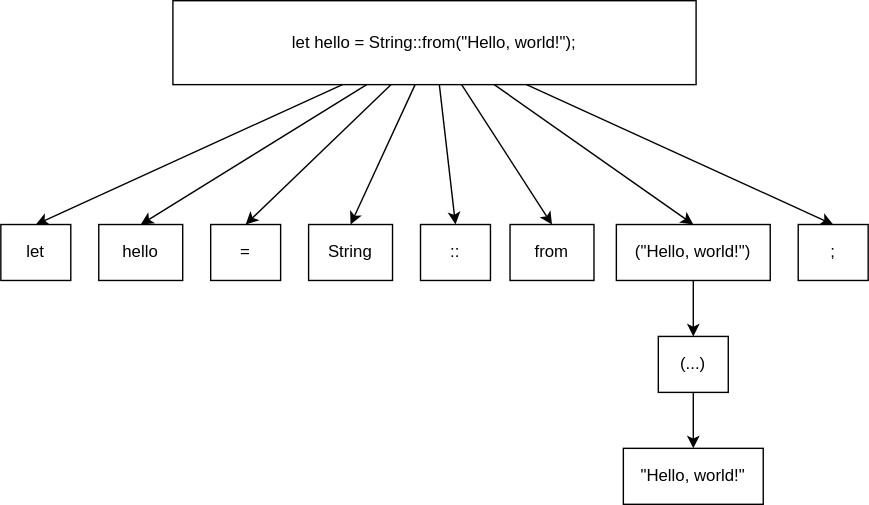
Fios-Quest/idiomatic-rust-in-simple-steps keeps this draw.io diagram as language-basics/macros/TokenTree.svg. Above is the earlier version. Source tidied: cells renumbered, new cells last; positions are measured from the earlier drawing's top-left corner, leaving out a move shared by most shapes. Source of this version:
```xml
<mxGraphModel>
  <root>
    <mxCell id="0" />
    <mxCell id="1" parent="0" />
    <mxCell id="2" style="edgeStyle=none;rounded=0;jettySize=auto;html=1;entryX=0.5;entryY=0;entryDx=0;entryDy=0;" parent="1" edge="1" source="10" target="11">
      <mxGeometry relative="1" as="geometry" />
    </mxCell>
    <mxCell id="3" style="edgeStyle=none;rounded=0;jettySize=auto;html=1;entryX=0.5;entryY=0;entryDx=0;entryDy=0;" parent="1" edge="1" source="10" target="12">
      <mxGeometry relative="1" as="geometry" />
    </mxCell>
    <mxCell id="4" style="edgeStyle=none;rounded=0;jettySize=auto;html=1;entryX=0.5;entryY=0;entryDx=0;entryDy=0;" parent="1" edge="1" source="10" target="13">
      <mxGeometry relative="1" as="geometry" />
    </mxCell>
    <mxCell id="5" style="edgeStyle=none;rounded=0;jettySize=auto;html=1;entryX=0.5;entryY=0;entryDx=0;entryDy=0;" parent="1" edge="1" source="10" target="14">
      <mxGeometry relative="1" as="geometry" />
    </mxCell>
    <mxCell id="6" style="edgeStyle=none;rounded=0;jettySize=auto;html=1;entryX=0.5;entryY=0;entryDx=0;entryDy=0;" parent="1" edge="1" source="10" target="15">
      <mxGeometry relative="1" as="geometry" />
    </mxCell>
    <mxCell id="7" style="edgeStyle=none;rounded=0;jettySize=auto;html=1;entryX=0.5;entryY=0;entryDx=0;entryDy=0;" parent="1" edge="1" source="10" target="16">
      <mxGeometry relative="1" as="geometry" />
    </mxCell>
    <mxCell id="8" style="edgeStyle=none;rounded=0;jettySize=auto;html=1;entryX=0.5;entryY=0;entryDx=0;entryDy=0;" parent="1" edge="1" source="10" target="18">
      <mxGeometry relative="1" as="geometry" />
    </mxCell>
    <mxCell id="9" style="edgeStyle=none;rounded=0;jettySize=auto;html=1;entryX=0.5;entryY=0;entryDx=0;entryDy=0;" parent="1" edge="1" source="10" target="19">
      <mxGeometry relative="1" as="geometry" />
    </mxCell>
    <mxCell id="10" value="let hello = String::from(&quot;Hello, world!&quot;);" style="rounded=0;whiteSpace=wrap;html=1;" parent="1" vertex="1">
      <mxGeometry x="123" width="374" height="60" as="geometry" />
    </mxCell>
    <mxCell id="11" value="let" style="rounded=0;whiteSpace=wrap;html=1;" parent="1" vertex="1">
      <mxGeometry y="160" width="50" height="40" as="geometry" />
    </mxCell>
    <mxCell id="12" value="hello" style="rounded=0;whiteSpace=wrap;html=1;" parent="1" vertex="1">
      <mxGeometry x="70" y="160" width="60" height="40" as="geometry" />
    </mxCell>
    <mxCell id="13" value="=" style="rounded=0;whiteSpace=wrap;html=1;" parent="1" vertex="1">
      <mxGeometry x="150" y="160" width="50" height="40" as="geometry" />
    </mxCell>
    <mxCell id="14" value="String" style="rounded=0;whiteSpace=wrap;html=1;" parent="1" vertex="1">
      <mxGeometry x="220" y="160" width="60" height="40" as="geometry" />
    </mxCell>
    <mxCell id="15" value="::" style="rounded=0;whiteSpace=wrap;html=1;" parent="1" vertex="1">
      <mxGeometry x="300" y="160" width="50" height="40" as="geometry" />
    </mxCell>
    <mxCell id="16" value="from" style="rounded=0;whiteSpace=wrap;html=1;" parent="1" vertex="1">
      <mxGeometry x="364" y="160" width="60" height="40" as="geometry" />
    </mxCell>
    <mxCell id="17" style="edgeStyle=none;rounded=0;jettySize=auto;html=1;entryX=0.5;entryY=0;entryDx=0;entryDy=0;" parent="1" edge="1" source="18" target="21">
      <mxGeometry relative="1" as="geometry" />
    </mxCell>
    <mxCell id="18" value="(&quot;Hello, world!&quot;)" style="rounded=0;whiteSpace=wrap;html=1;" parent="1" vertex="1">
      <mxGeometry x="440" y="160" width="110" height="40" as="geometry" />
    </mxCell>
    <mxCell id="19" value=";" style="rounded=0;whiteSpace=wrap;html=1;" parent="1" vertex="1">
      <mxGeometry x="570" y="160" width="50" height="40" as="geometry" />
    </mxCell>
    <mxCell id="20" style="edgeStyle=none;rounded=0;jettySize=auto;html=1;entryX=0.5;entryY=0;entryDx=0;entryDy=0;" parent="1" edge="1" source="21" target="22">
      <mxGeometry relative="1" as="geometry" />
    </mxCell>
    <mxCell id="21" value="(...)" style="rounded=0;whiteSpace=wrap;html=1;" parent="1" vertex="1">
      <mxGeometry x="470" y="240" width="50" height="40" as="geometry" />
    </mxCell>
    <mxCell id="22" value="&quot;Hello, world!&quot;" style="rounded=0;whiteSpace=wrap;html=1;" parent="1" vertex="1">
      <mxGeometry x="445" y="320" width="100" height="40" as="geometry" />
    </mxCell>
  </root>
</mxGraphModel>
```
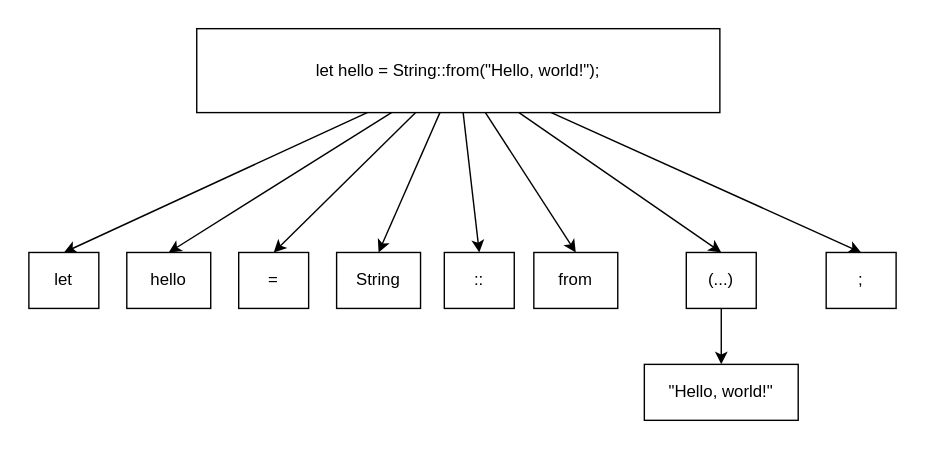
After the change.

The edit, as a diff of the source:
```diff
@@ -20,9 +20,9 @@
     <mxCell id="7" style="edgeStyle=none;rounded=0;jettySize=auto;html=1;entryX=0.5;entryY=0;entryDx=0;entryDy=0;" parent="1" edge="1" source="10" target="16">
       <mxGeometry relative="1" as="geometry" />
     </mxCell>
-    <mxCell id="8" style="edgeStyle=none;rounded=0;jettySize=auto;html=1;entryX=0.5;entryY=0;entryDx=0;entryDy=0;" parent="1" edge="1" source="10" target="18">
-      <mxGeometry relative="1" as="geometry" />
-    </mxCell>
+    <mxCell id="23" style="edgeStyle=none;rounded=0;jettySize=auto;html=1;entryX=0.5;entryY=0;entryDx=0;entryDy=0;" parent="1" edge="1" source="10" target="21">
+      <mxGeometry relative="1" as="geometry" />
+    </mxCell>
     <mxCell id="9" style="edgeStyle=none;rounded=0;jettySize=auto;html=1;entryX=0.5;entryY=0;entryDx=0;entryDy=0;" parent="1" edge="1" source="10" target="19">
       <mxGeometry relative="1" as="geometry" />
     </mxCell>
@@ -30,16 +30,16 @@
       <mxGeometry x="123" width="374" height="60" as="geometry" />
     </mxCell>
     <mxCell id="11" value="let" style="rounded=0;whiteSpace=wrap;html=1;" parent="1" vertex="1">
-      <mxGeometry y="160" width="50" height="40" as="geometry" />
+      <mxGeometry x="3" y="160" width="50" height="40" as="geometry" />
     </mxCell>
     <mxCell id="12" value="hello" style="rounded=0;whiteSpace=wrap;html=1;" parent="1" vertex="1">
-      <mxGeometry x="70" y="160" width="60" height="40" as="geometry" />
+      <mxGeometry x="73" y="160" width="60" height="40" as="geometry" />
     </mxCell>
     <mxCell id="13" value="=" style="rounded=0;whiteSpace=wrap;html=1;" parent="1" vertex="1">
-      <mxGeometry x="150" y="160" width="50" height="40" as="geometry" />
+      <mxGeometry x="153" y="160" width="50" height="40" as="geometry" />
     </mxCell>
     <mxCell id="14" value="String" style="rounded=0;whiteSpace=wrap;html=1;" parent="1" vertex="1">
-      <mxGeometry x="220" y="160" width="60" height="40" as="geometry" />
+      <mxGeometry x="223" y="160" width="60" height="40" as="geometry" />
     </mxCell>
     <mxCell id="15" value="::" style="rounded=0;whiteSpace=wrap;html=1;" parent="1" vertex="1">
       <mxGeometry x="300" y="160" width="50" height="40" as="geometry" />
@@ -47,23 +47,17 @@
     <mxCell id="16" value="from" style="rounded=0;whiteSpace=wrap;html=1;" parent="1" vertex="1">
       <mxGeometry x="364" y="160" width="60" height="40" as="geometry" />
     </mxCell>
-    <mxCell id="17" style="edgeStyle=none;rounded=0;jettySize=auto;html=1;entryX=0.5;entryY=0;entryDx=0;entryDy=0;" parent="1" edge="1" source="18" target="21">
-      <mxGeometry relative="1" as="geometry" />
-    </mxCell>
-    <mxCell id="18" value="(&quot;Hello, world!&quot;)" style="rounded=0;whiteSpace=wrap;html=1;" parent="1" vertex="1">
-      <mxGeometry x="440" y="160" width="110" height="40" as="geometry" />
-    </mxCell>
     <mxCell id="19" value=";" style="rounded=0;whiteSpace=wrap;html=1;" parent="1" vertex="1">
-      <mxGeometry x="570" y="160" width="50" height="40" as="geometry" />
+      <mxGeometry x="573" y="160" width="50" height="40" as="geometry" />
     </mxCell>
     <mxCell id="20" style="edgeStyle=none;rounded=0;jettySize=auto;html=1;entryX=0.5;entryY=0;entryDx=0;entryDy=0;" parent="1" edge="1" source="21" target="22">
       <mxGeometry relative="1" as="geometry" />
     </mxCell>
     <mxCell id="21" value="(...)" style="rounded=0;whiteSpace=wrap;html=1;" parent="1" vertex="1">
-      <mxGeometry x="470" y="240" width="50" height="40" as="geometry" />
+      <mxGeometry x="473" y="160" width="50" height="40" as="geometry" />
     </mxCell>
     <mxCell id="22" value="&quot;Hello, world!&quot;" style="rounded=0;whiteSpace=wrap;html=1;" parent="1" vertex="1">
-      <mxGeometry x="445" y="320" width="100" height="40" as="geometry" />
+      <mxGeometry x="443" y="240" width="110" height="40" as="geometry" />
     </mxCell>
   </root>
 </mxGraphModel>
```
